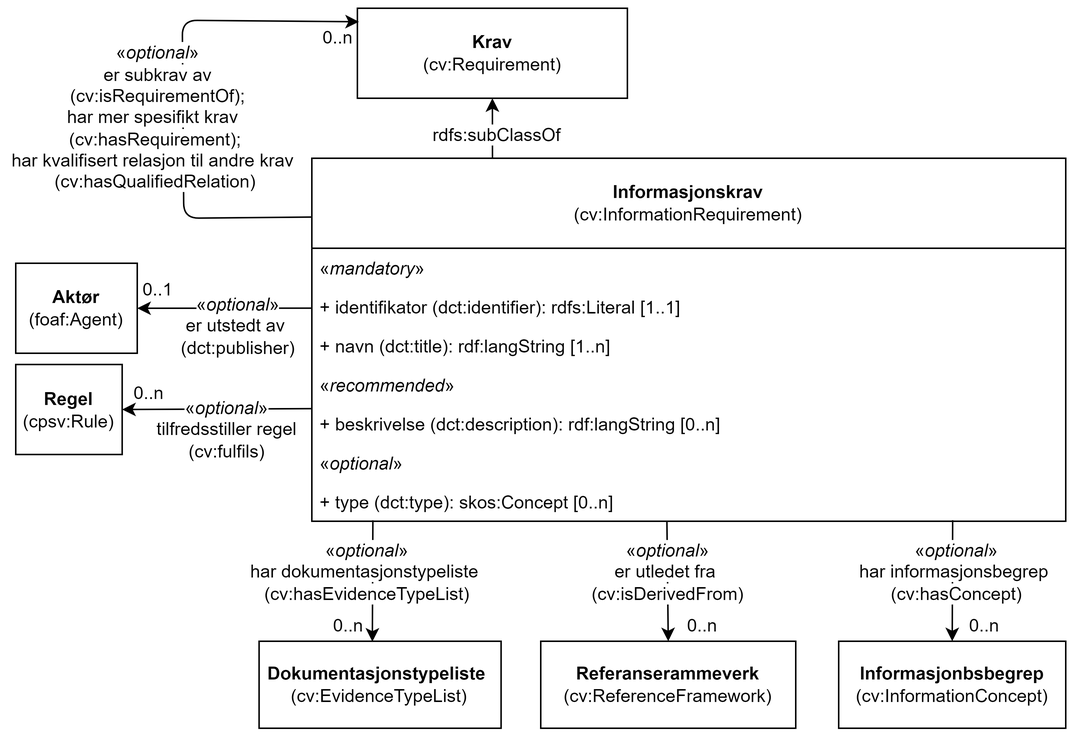
Informasjonsforvaltning/cccev-ap-no keeps this draw.io diagram as docs/images/KlassenInformasjonskrav.png. Above is the earlier version. Source tidied: cells renumbered, new cells last; positions are measured from the earlier drawing's top-left corner, leaving out a move shared by most shapes.
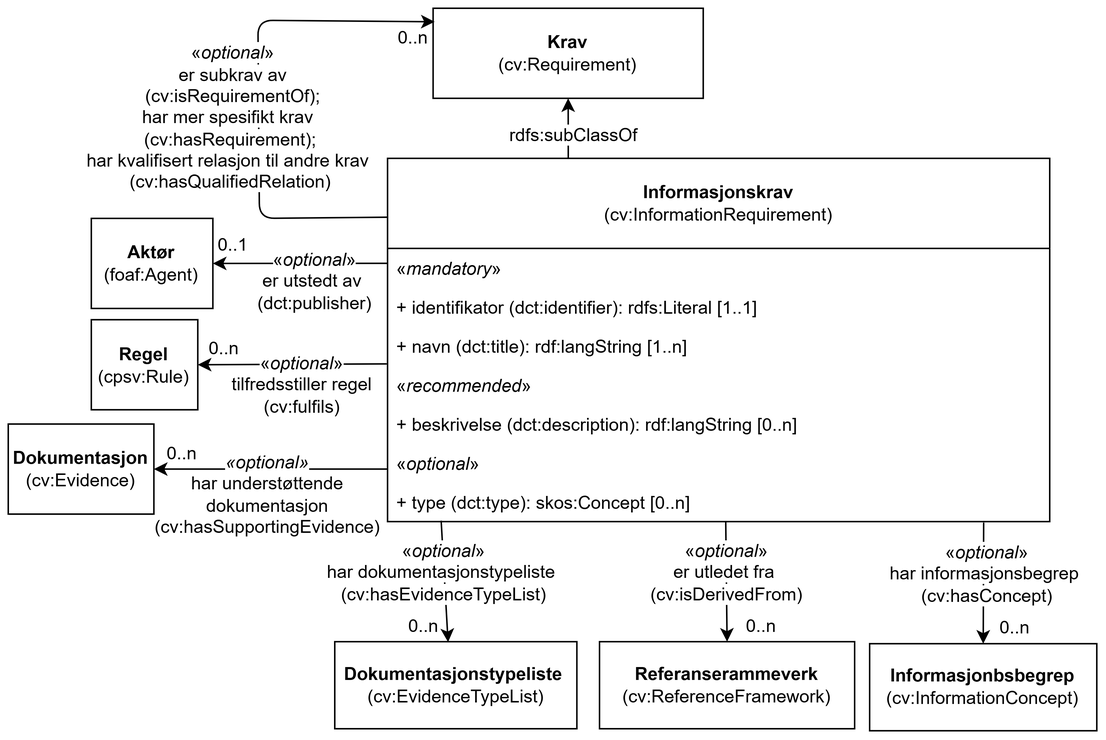
After the commit.

Diff of the diagram source:
```diff
@@ -3,118 +3,136 @@
     <mxCell id="0" />
     <mxCell id="1" parent="0" />
     <mxCell id="2" value="&lt;b&gt;Regel&lt;/b&gt;&lt;br&gt;(cpsv:Rule)" style="rounded=0;whiteSpace=wrap;html=1;fillColor=none;strokeColor=#000000;" parent="1" vertex="1">
-      <mxGeometry x="5" y="237.5" width="71" height="60" as="geometry" />
+      <mxGeometry x="56.3" y="207.5" width="71" height="60" as="geometry" />
     </mxCell>
     <mxCell id="3" style="endArrow=classic;html=1;rounded=0;entryX=1;entryY=0.5;entryDx=0;entryDy=0;exitX=-0.001;exitY=0.382;exitDx=0;exitDy=0;exitPerimeter=0;" parent="1" edge="1" target="2">
       <mxGeometry relative="1" as="geometry">
-        <mxPoint x="201.9" y="266.9" as="sourcePoint" />
+        <mxPoint x="253.2" y="236.9" as="sourcePoint" />
       </mxGeometry>
     </mxCell>
     <mxCell id="4" value="&lt;span style=&quot;background-color: rgb(255, 255, 255);&quot;&gt;«&lt;i style=&quot;&quot;&gt;optional&lt;/i&gt;»&lt;br&gt;tilfredsstiller regel&lt;br&gt;(cv:fulfils)&lt;/span&gt;" style="text;html=1;strokeColor=none;fillColor=none;align=center;verticalAlign=middle;whiteSpace=wrap;rounded=0;" parent="1" vertex="1">
-      <mxGeometry x="96.6" y="255" width="98.4" height="52" as="geometry" />
+      <mxGeometry x="147.9" y="225" width="98.4" height="52" as="geometry" />
     </mxCell>
     <mxCell id="5" value="0..n" style="text;html=1;strokeColor=none;fillColor=none;align=center;verticalAlign=middle;whiteSpace=wrap;rounded=0;" parent="1" vertex="1">
-      <mxGeometry x="76.8" y="246.5" width="34" height="20" as="geometry" />
+      <mxGeometry x="128.2" y="216.5" width="34" height="20" as="geometry" />
     </mxCell>
     <mxCell id="6" value="&lt;b&gt;Informasjonbsbegrep&lt;/b&gt;&lt;br&gt;(cv:InformationConcept)" style="rounded=0;whiteSpace=wrap;html=1;fillColor=none;strokeColor=#000000;" parent="1" vertex="1">
-      <mxGeometry x="553.6" y="422" width="151.4" height="58" as="geometry" />
+      <mxGeometry x="575" y="423.3" width="151.4" height="58" as="geometry" />
     </mxCell>
-    <mxCell id="7" style="endArrow=classic;html=1;rounded=0;entryX=0.5;entryY=0;entryDx=0;entryDy=0;exitX=0.85;exitY=0.974;exitDx=0;exitDy=0;exitPerimeter=0;" parent="1" edge="1" source="31" target="6">
-      <mxGeometry relative="1" as="geometry" />
+    <mxCell id="7" style="endArrow=classic;html=1;rounded=0;entryX=0.5;entryY=0;entryDx=0;entryDy=0;exitX=0.85;exitY=0.974;exitDx=0;exitDy=0;exitPerimeter=0;" parent="1" edge="1" target="6">
+      <mxGeometry relative="1" as="geometry">
+        <mxPoint x="651" y="342.7" as="sourcePoint" />
+      </mxGeometry>
     </mxCell>
     <mxCell id="8" value="&lt;span style=&quot;background-color: rgb(255, 255, 255);&quot;&gt;«&lt;i style=&quot;&quot;&gt;optional&lt;/i&gt;»&lt;br style=&quot;border-color: var(--border-color);&quot;&gt;har informasjonsbegrep&amp;nbsp;&lt;br style=&quot;border-color: var(--border-color);&quot;&gt;(cv:hasConcept)&lt;/span&gt;" style="text;html=1;strokeColor=none;fillColor=none;align=center;verticalAlign=middle;whiteSpace=wrap;rounded=0;" parent="1" vertex="1">
-      <mxGeometry x="559.6" y="350" width="145" height="52" as="geometry" />
+      <mxGeometry x="581" y="351.3" width="145" height="52" as="geometry" />
     </mxCell>
     <mxCell id="9" value="0..n" style="text;html=1;strokeColor=none;fillColor=none;align=center;verticalAlign=middle;whiteSpace=wrap;rounded=0;" parent="1" vertex="1">
-      <mxGeometry x="637.6" y="402" width="26" height="20" as="geometry" />
+      <mxGeometry x="659" y="403.3" width="26" height="20" as="geometry" />
     </mxCell>
     <mxCell id="10" value="&lt;b&gt;Dokumentasjonstypeliste&amp;nbsp;&lt;br&gt;&lt;/b&gt;(cv:EvidenceTypeList)" style="rounded=0;whiteSpace=wrap;html=1;fillColor=none;strokeColor=#000000;" parent="1" vertex="1">
-      <mxGeometry x="167.2" y="422" width="161.3" height="58" as="geometry" />
+      <mxGeometry x="218.6" y="422" width="161.3" height="58" as="geometry" />
     </mxCell>
     <mxCell id="11" style="endArrow=classic;html=1;rounded=0;exitX=0.081;exitY=0.976;exitDx=0;exitDy=0;exitPerimeter=0;entryX=0.468;entryY=0.005;entryDx=0;entryDy=0;entryPerimeter=0;" parent="1" edge="1" source="31" target="10">
       <mxGeometry relative="1" as="geometry" />
     </mxCell>
     <mxCell id="12" value="&lt;span style=&quot;background-color: rgb(255, 255, 255);&quot;&gt;«&lt;i style=&quot;&quot;&gt;optional&lt;/i&gt;»&lt;br&gt;har dokumentasjonstypeliste&amp;nbsp;&lt;br&gt;(cv:hasEvidenceTypeList)&lt;/span&gt;" style="text;html=1;strokeColor=none;fillColor=none;align=center;verticalAlign=middle;whiteSpace=wrap;rounded=0;" parent="1" vertex="1">
-      <mxGeometry x="151.3" y="350" width="177.3" height="52" as="geometry" />
+      <mxGeometry x="202.6" y="350" width="177.3" height="52" as="geometry" />
     </mxCell>
     <mxCell id="13" value="0..n" style="text;html=1;strokeColor=none;fillColor=none;align=center;verticalAlign=middle;whiteSpace=wrap;rounded=0;" parent="1" vertex="1">
-      <mxGeometry x="213.6" y="402" width="26" height="20" as="geometry" />
+      <mxGeometry x="265" y="402" width="26" height="20" as="geometry" />
     </mxCell>
     <mxCell id="14" style="endArrow=none;html=1;rounded=1;exitX=0;exitY=0.5;exitDx=0;exitDy=0;endFill=0;startArrow=classic;startFill=1;entryX=0.001;entryY=0.162;entryDx=0;entryDy=0;entryPerimeter=0;" parent="1" edge="1" target="24">
       <mxGeometry relative="1" as="geometry">
-        <mxPoint x="233.8" y="9" as="sourcePoint" />
+        <mxPoint x="285.1" y="9" as="sourcePoint" />
         <Array as="points">
-          <mxPoint x="116" y="8" />
-          <mxPoint x="117" y="140" />
+          <mxPoint x="167.4" y="8" />
+          <mxPoint x="168.3" y="140" />
         </Array>
       </mxGeometry>
     </mxCell>
     <mxCell id="15" value="0..n" style="text;html=1;strokeColor=none;fillColor=none;align=center;verticalAlign=middle;whiteSpace=wrap;rounded=0;" parent="1" vertex="1">
-      <mxGeometry x="206.8" y="10" width="26" height="20" as="geometry" />
+      <mxGeometry x="258.1" y="10" width="26" height="20" as="geometry" />
     </mxCell>
     <mxCell id="16" value="&lt;b&gt;Aktør&lt;/b&gt;&lt;br&gt;(foaf:Agent)" style="rounded=0;whiteSpace=wrap;html=1;fillColor=none;strokeColor=#000000;" parent="1" vertex="1">
-      <mxGeometry x="5" y="170" width="81" height="60" as="geometry" />
+      <mxGeometry x="56.3" y="140" width="81" height="60" as="geometry" />
     </mxCell>
     <mxCell id="17" style="endArrow=classic;html=1;rounded=1;entryX=1;entryY=0.5;entryDx=0;entryDy=0;exitX=0;exitY=0.227;exitDx=0;exitDy=0;exitPerimeter=0;" parent="1" edge="1" target="16">
       <mxGeometry relative="1" as="geometry">
-        <mxPoint x="202.4" y="199.9" as="sourcePoint" />
+        <mxPoint x="253.7" y="169.9" as="sourcePoint" />
       </mxGeometry>
     </mxCell>
     <mxCell id="18" value="0..1" style="text;html=1;strokeColor=none;fillColor=none;align=center;verticalAlign=middle;whiteSpace=wrap;rounded=0;" parent="1" vertex="1">
-      <mxGeometry x="86.6" y="178" width="26" height="20" as="geometry" />
+      <mxGeometry x="137.9" y="148" width="26" height="20" as="geometry" />
     </mxCell>
     <mxCell id="19" value="&lt;span style=&quot;background-color: rgb(255, 255, 255);&quot;&gt;«&lt;i style=&quot;&quot;&gt;optional&lt;/i&gt;»&lt;br&gt;er utstedt av&amp;nbsp;&lt;br&gt;(dct:publisher)&lt;/span&gt;" style="text;html=1;strokeColor=none;fillColor=none;align=center;verticalAlign=middle;whiteSpace=wrap;rounded=0;" parent="1" vertex="1">
-      <mxGeometry x="112.4" y="185.5" width="82.6" height="52" as="geometry" />
+      <mxGeometry x="163.8" y="155.5" width="82.6" height="52" as="geometry" />
     </mxCell>
     <mxCell id="20" value="&lt;b&gt;Referanserammeverk&lt;/b&gt;&lt;br&gt;(cv:ReferenceFramework)" style="rounded=0;whiteSpace=wrap;html=1;fillColor=none;strokeColor=#000000;" parent="1" vertex="1">
-      <mxGeometry x="355" y="422" width="170" height="58" as="geometry" />
+      <mxGeometry x="395" y="422" width="170" height="58" as="geometry" />
     </mxCell>
-    <mxCell id="21" style="endArrow=classic;html=1;rounded=1;entryX=0.5;entryY=0;entryDx=0;entryDy=0;exitX=0.471;exitY=1.001;exitDx=0;exitDy=0;exitPerimeter=0;" parent="1" edge="1" source="31" target="20">
-      <mxGeometry relative="1" as="geometry" />
+    <mxCell id="21" style="endArrow=classic;html=1;rounded=1;entryX=0.5;entryY=0;entryDx=0;entryDy=0;exitX=0.471;exitY=1.001;exitDx=0;exitDy=0;exitPerimeter=0;" parent="1" edge="1" target="20">
+      <mxGeometry relative="1" as="geometry">
+        <mxPoint x="479.1" y="342" as="sourcePoint" />
+      </mxGeometry>
     </mxCell>
     <mxCell id="22" value="&lt;span style=&quot;background-color: rgb(255, 255, 255);&quot;&gt;«&lt;i style=&quot;&quot;&gt;optional&lt;/i&gt;»&lt;br&gt;er utledet fra&amp;nbsp;&lt;br&gt;(cv:isDerivedFrom)&lt;/span&gt;" style="text;html=1;strokeColor=none;fillColor=none;align=center;verticalAlign=middle;whiteSpace=wrap;rounded=0;" parent="1" vertex="1">
-      <mxGeometry x="400.4" y="350" width="80" height="52" as="geometry" />
+      <mxGeometry x="440.4" y="350" width="80" height="52" as="geometry" />
     </mxCell>
     <mxCell id="23" value="0..n" style="text;html=1;strokeColor=none;fillColor=none;align=center;verticalAlign=middle;whiteSpace=wrap;rounded=0;" parent="1" vertex="1">
-      <mxGeometry x="450.4" y="402" width="26" height="20" as="geometry" />
+      <mxGeometry x="490.4" y="402" width="26" height="20" as="geometry" />
     </mxCell>
     <mxCell id="24" value="&lt;b style=&quot;border-color: var(--border-color);&quot;&gt;Informasjonskrav&lt;/b&gt;&lt;br style=&quot;border-color: var(--border-color);&quot;&gt;(cv:InformationRequirement)" style="swimlane;fontStyle=0;horizontal=1;startSize=60;fillColor=none;whiteSpace=wrap;html=1;" parent="1" vertex="1">
-      <mxGeometry x="202.4" y="100" width="502.6" height="242" as="geometry" />
+      <mxGeometry x="253.7" y="100" width="441.3" height="242" as="geometry" />
     </mxCell>
     <mxCell id="25" value="«&lt;i&gt;mandatory&lt;/i&gt;»" style="text;align=left;verticalAlign=top;spacingLeft=4;spacingRight=4;overflow=hidden;whiteSpace=wrap;html=1;fillColor=none;" parent="24" vertex="1">
-      <mxGeometry y="60" width="502.6" height="26" as="geometry" />
+      <mxGeometry y="60" width="441.3" height="26" as="geometry" />
     </mxCell>
     <mxCell id="26" value="+&amp;nbsp;identifikator&amp;nbsp;(dct:identifier): rdfs:Literal [1..1]" style="text;align=left;verticalAlign=top;spacingLeft=4;spacingRight=4;overflow=hidden;whiteSpace=wrap;html=1;fillColor=none;" parent="24" vertex="1">
-      <mxGeometry y="86" width="502.6" height="26" as="geometry" />
+      <mxGeometry y="86" width="441.3" height="26" as="geometry" />
     </mxCell>
     <mxCell id="27" value="+&amp;nbsp;navn (dct:title): rdf:langString [1..n]" style="text;align=left;verticalAlign=top;spacingLeft=4;spacingRight=4;overflow=hidden;whiteSpace=wrap;html=1;fillColor=none;" parent="24" vertex="1">
-      <mxGeometry y="112" width="502.6" height="26" as="geometry" />
+      <mxGeometry y="112" width="441.3" height="26" as="geometry" />
     </mxCell>
     <mxCell id="28" value="«&lt;i style=&quot;&quot;&gt;recommended&lt;/i&gt;»" style="text;align=left;verticalAlign=top;spacingLeft=4;spacingRight=4;overflow=hidden;whiteSpace=wrap;html=1;fillColor=none;" parent="24" vertex="1">
-      <mxGeometry y="138" width="502.6" height="26" as="geometry" />
+      <mxGeometry y="138" width="441.3" height="26" as="geometry" />
     </mxCell>
     <mxCell id="29" value="+&amp;nbsp;beskrivelse (dct:description): rdf:langString [0..n]" style="text;align=left;verticalAlign=top;spacingLeft=4;spacingRight=4;overflow=hidden;whiteSpace=wrap;html=1;fillColor=none;" parent="24" vertex="1">
-      <mxGeometry y="164" width="502.6" height="26" as="geometry" />
+      <mxGeometry y="164" width="441.3" height="26" as="geometry" />
     </mxCell>
     <mxCell id="30" value="«&lt;i&gt;optional&lt;/i&gt;»" style="text;align=left;verticalAlign=top;spacingLeft=4;spacingRight=4;overflow=hidden;whiteSpace=wrap;html=1;fillColor=none;" parent="24" vertex="1">
-      <mxGeometry y="190" width="502.6" height="26" as="geometry" />
+      <mxGeometry y="190" width="441.3" height="26" as="geometry" />
     </mxCell>
     <mxCell id="31" value="+&amp;nbsp;type (dct:type): skos:Concept [0..n]" style="text;align=left;verticalAlign=top;spacingLeft=4;spacingRight=4;overflow=hidden;points=[[0,0.5],[1,0.5]];portConstraint=eastwest;whiteSpace=wrap;html=1;fillColor=none;" parent="24" vertex="1">
-      <mxGeometry y="216" width="502.6" height="26" as="geometry" />
+      <mxGeometry y="216" width="441.3" height="26" as="geometry" />
     </mxCell>
     <mxCell id="32" value="&lt;span style=&quot;background-color: rgb(255, 255, 255);&quot;&gt;«&lt;i style=&quot;&quot;&gt;optional&lt;/i&gt;»&lt;br&gt;er subkrav av&lt;br&gt;(cv:isRequirementOf);&lt;br&gt;har mer spesifikt krav&amp;nbsp;&amp;nbsp;&lt;br&gt;(cv:hasRequirement);&amp;nbsp;&lt;br&gt;har kvalifisert relasjon til andre krav&amp;nbsp;&amp;nbsp;&lt;br&gt;(cv:hasQualifiedRelation)&amp;nbsp;&lt;/span&gt;&lt;span style=&quot;background-color: rgb(255, 255, 0);&quot;&gt;&lt;br&gt;&lt;/span&gt;" style="text;html=1;strokeColor=none;fillColor=none;align=center;verticalAlign=middle;whiteSpace=wrap;rounded=0;" parent="1" vertex="1">
-      <mxGeometry x="-0.4" y="20" width="200" height="105" as="geometry" />
+      <mxGeometry x="51" y="20" width="200" height="105" as="geometry" />
     </mxCell>
     <mxCell id="33" value="&lt;b&gt;Krav&lt;br&gt;&lt;/b&gt;(cv:Requirement)" style="rounded=0;whiteSpace=wrap;html=1;verticalAlign=middle;fontFamily=Helvetica;fontSize=12;fillColor=none;" parent="1" vertex="1">
-      <mxGeometry x="232.8" width="180" height="60" as="geometry" />
+      <mxGeometry x="284.1" width="180" height="60" as="geometry" />
     </mxCell>
     <mxCell id="34" style="endArrow=classic;html=1;rounded=0;exitX=0.5;exitY=0;exitDx=0;exitDy=0;endFill=1;entryX=0.5;entryY=1;entryDx=0;entryDy=0;" parent="1" edge="1" target="33">
       <mxGeometry relative="1" as="geometry">
-        <mxPoint x="322.8" y="100" as="sourcePoint" />
+        <mxPoint x="374.2" y="100" as="sourcePoint" />
       </mxGeometry>
     </mxCell>
     <mxCell id="35" value="&lt;span style=&quot;background-color: rgb(255, 255, 255);&quot;&gt;rdfs:subClassOf&lt;/span&gt;" style="text;html=1;strokeColor=none;fillColor=none;align=center;verticalAlign=middle;whiteSpace=wrap;rounded=0;" parent="1" vertex="1">
-      <mxGeometry x="296.5" y="70" width="60" height="30" as="geometry" />
+      <mxGeometry x="347.8" y="70" width="60" height="30" as="geometry" />
     </mxCell>
+    <mxCell id="36" value="&lt;b&gt;Dokumentasjon&lt;/b&gt;&lt;br&gt;(cv:Evidence)" style="rounded=0;whiteSpace=wrap;html=1;fillColor=none;strokeColor=#000000;" parent="1" vertex="1">
+      <mxGeometry x="1" y="277" width="97" height="60" as="geometry" />
+    </mxCell>
+    <mxCell id="37" style="endArrow=classic;html=1;rounded=0;exitX=0;exitY=0.333;exitDx=0;exitDy=0;exitPerimeter=0;entryX=1;entryY=0.5;entryDx=0;entryDy=0;" parent="1" edge="1" target="36">
+      <mxGeometry relative="1" as="geometry">
+        <mxPoint x="253.7" y="307" as="sourcePoint" />
+      </mxGeometry>
+    </mxCell>
+    <mxCell id="38" value="&lt;span style=&quot;background-color: light-dark(#ffffff, var(--ge-dark-color, #121212));&quot;&gt;&lt;i&gt;«optional»&lt;br&gt;&lt;/i&gt;har understøttende dokumentasjon&lt;br&gt;(cv:hasSupportingEvidence)&lt;/span&gt;" style="text;html=1;whiteSpace=wrap;strokeColor=none;fillColor=none;align=center;verticalAlign=middle;rounded=0;" parent="1" vertex="1">
+      <mxGeometry x="143.7" y="309" width="60" height="30" as="geometry" />
+    </mxCell>
+    <mxCell id="39" value="0..n" style="text;html=1;strokeColor=none;fillColor=none;align=center;verticalAlign=middle;whiteSpace=wrap;rounded=0;" parent="1" vertex="1">
+      <mxGeometry x="100" y="287" width="34" height="20" as="geometry" />
+    </mxCell>
   </root>
 </mxGraphModel>
```
